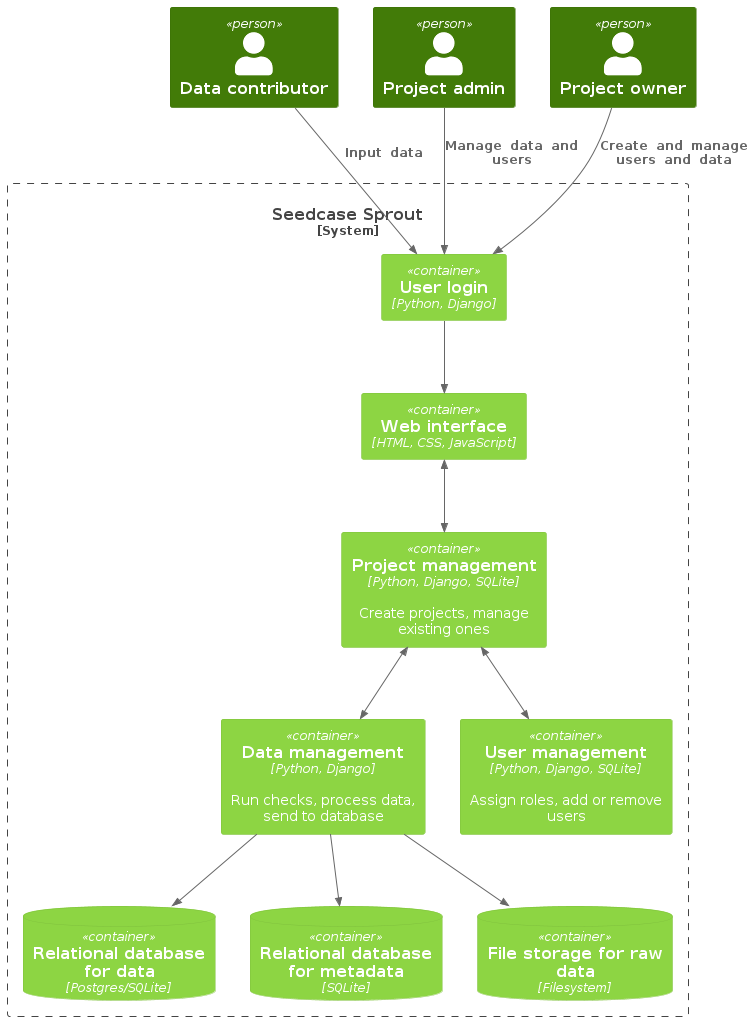
This is docs/design/images/container.png from signekb/seedcase-sprout, a PlantUML export, as it was before one commit.
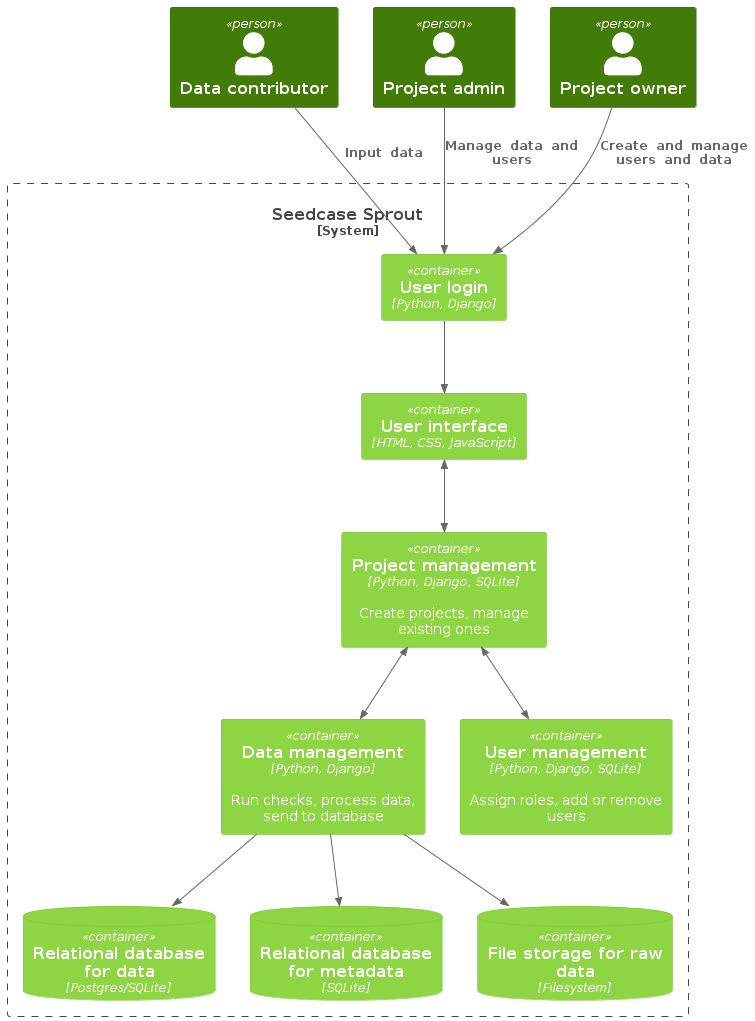
Later version of the same file.

Diff of the diagram source:
```diff
@@ -7,7 +7,7 @@
 Person(user_owner, "Project owner")
 
 System_Boundary(seedcase, "Seedcase Sprout") {
-  Container(ui, "Web interface", "HTML, CSS, JavaScript")
+  Container(ui, "User interface", "HTML, CSS, JavaScript")
   Container(projects, "Project management", "Python, Django, SQLite",  $descr="Create projects, manage existing ones")
   Container(data, "Data management", "Python, Django", $descr="Run checks, process data, send to database")
   Container(login, "User login", "Python, Django")
```
